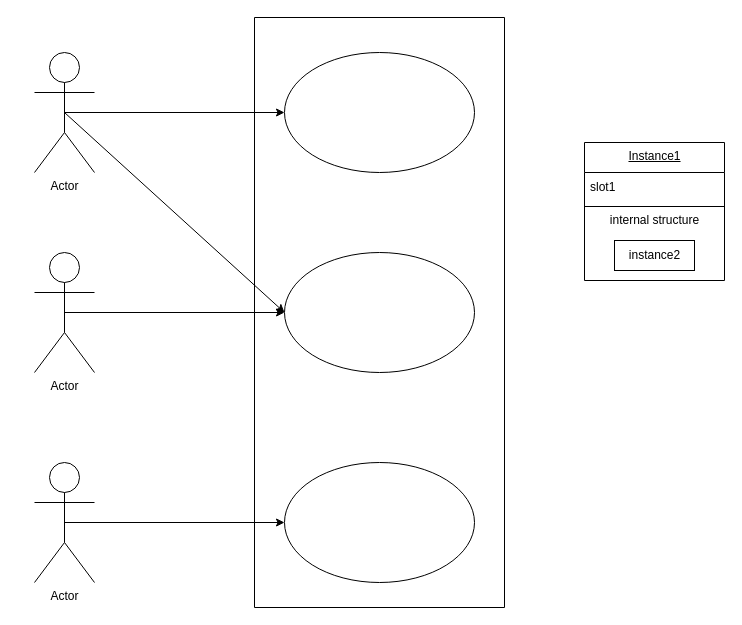
Above: lab/drawio/mysarahzal/exe1.drawio in drshahizan/software-engineering (draw.io), before the change. Source tidied: cells renumbered, new cells numbered last; positions are measured from the earlier drawing's top-left corner, leaving out a move shared by most shapes. Both pictures are drawn from the tidied source at 100%, with x=0, y=0 at pixel (34, 17).
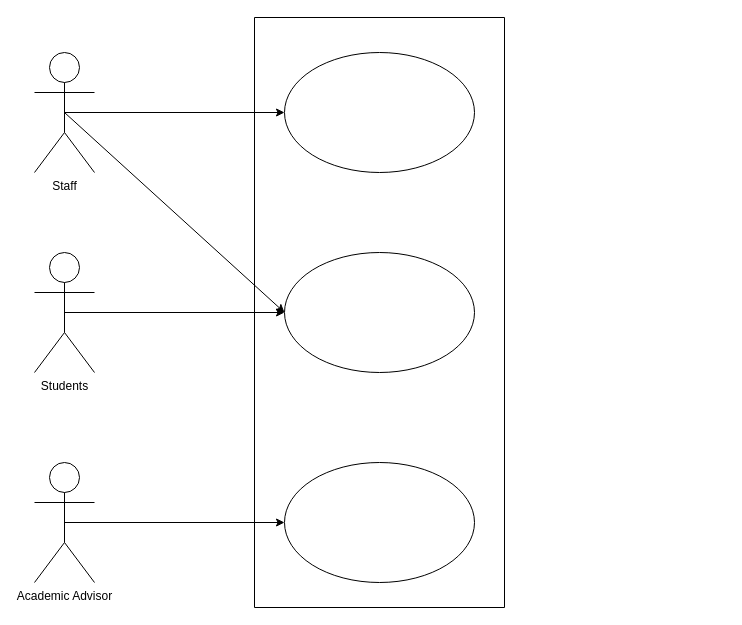
After the change.

The edit, as a diff of the source:
```diff
@@
 <mxGraphModel>
   <root>
     <mxCell id="0" />
     <mxCell id="1" parent="0" />
-    <mxCell id="2" value="Actor" style="shape=umlActor;verticalLabelPosition=bottom;verticalAlign=top;html=1;outlineConnect=0;" parent="1" vertex="1">
+    <mxCell id="2" value="Staff" style="shape=umlActor;verticalLabelPosition=bottom;verticalAlign=top;html=1;outlineConnect=0;" parent="1" vertex="1">
       <mxGeometry y="35" width="60" height="120" as="geometry" />
     </mxCell>
-    <mxCell id="3" value="Actor" style="shape=umlActor;verticalLabelPosition=bottom;verticalAlign=top;html=1;outlineConnect=0;" parent="1" vertex="1">
+    <mxCell id="3" value="Students" style="shape=umlActor;verticalLabelPosition=bottom;verticalAlign=top;html=1;outlineConnect=0;" parent="1" vertex="1">
       <mxGeometry y="235" width="60" height="120" as="geometry" />
     </mxCell>
-    <mxCell id="4" value="Actor" style="shape=umlActor;verticalLabelPosition=bottom;verticalAlign=top;html=1;outlineConnect=0;" parent="1" vertex="1">
+    <mxCell id="4" value="Academic Advisor" style="shape=umlActor;verticalLabelPosition=bottom;verticalAlign=top;html=1;outlineConnect=0;" parent="1" vertex="1">
       <mxGeometry y="445" width="60" height="120" as="geometry" />
     </mxCell>
     <mxCell id="5" style="ellipse;whiteSpace=wrap;html=1;" parent="1" vertex="1">
       <mxGeometry x="250" y="235" width="190" height="120" as="geometry" />
     </mxCell>
     <mxCell id="6" style="ellipse;whiteSpace=wrap;html=1;" parent="1" vertex="1">
       <mxGeometry x="250" y="445" width="190" height="120" as="geometry" />
     </mxCell>
     <mxCell id="7" style="ellipse;whiteSpace=wrap;html=1;" parent="1" vertex="1">
       <mxGeometry x="250" y="35" width="190" height="120" as="geometry" />
     </mxCell>
     <mxCell id="8" style="endArrow=classic;html=1;entryX=0;entryY=0.5;entryDx=0;entryDy=0;exitX=0.5;exitY=0.5;exitDx=0;exitDy=0;exitPerimeter=0;" parent="1" edge="1" source="2" target="7">
       <mxGeometry relative="1" as="geometry" />
     </mxCell>
     <mxCell id="9" style="endArrow=classic;html=1;exitX=0.5;exitY=0.5;exitDx=0;exitDy=0;exitPerimeter=0;entryX=0;entryY=0.5;entryDx=0;entryDy=0;" parent="1" edge="1" source="2" target="5">
       <mxGeometry relative="1" as="geometry" />
     </mxCell>
     <mxCell id="10" style="endArrow=classic;html=1;exitX=0.5;exitY=0.5;exitDx=0;exitDy=0;exitPerimeter=0;entryX=0;entryY=0.5;entryDx=0;entryDy=0;" parent="1" edge="1" source="3" target="5">
       <mxGeometry relative="1" as="geometry" />
     </mxCell>
     <mxCell id="11" style="endArrow=classic;html=1;exitX=0.5;exitY=0.5;exitDx=0;exitDy=0;exitPerimeter=0;entryX=0;entryY=0.5;entryDx=0;entryDy=0;" parent="1" edge="1" source="4" target="6">
       <mxGeometry relative="1" as="geometry" />
     </mxCell>
-    <mxCell id="12" value="Instance1" style="swimlane;fontStyle=4;align=center;verticalAlign=top;horizontal=1;startSize=30;html=1;" parent="1" vertex="1">
-      <mxGeometry x="550" y="125" width="140" height="138" as="geometry" />
-    </mxCell>
-    <mxCell id="13" value="slot1" style="html=1;strokeColor=none;fillColor=none;align=left;verticalAlign=middle;spacingLeft=4;spacingRight=4;" parent="12" vertex="1">
-      <mxGeometry y="30" width="140" height="30" as="geometry" />
-    </mxCell>
-    <mxCell id="14" style="line;strokeWidth=1;fillColor=none;align=left;verticalAlign=middle;spacingTop=-1;spacingLeft=3;spacingRight=3;labelPosition=right;" parent="12" vertex="1">
-      <mxGeometry y="60" width="140" height="8" as="geometry" />
-    </mxCell>
-    <mxCell id="15" value="internal structure" style="html=1;strokeColor=none;fillColor=none;align=center;verticalAlign=middle;spacingLeft=4;spacingRight=4;" parent="12" vertex="1">
-      <mxGeometry y="68" width="140" height="20" as="geometry" />
-    </mxCell>
-    <mxCell id="16" style="swimlane;fontStyle=1;align=center;verticalAlign=top;horizontal=1;startSize=0;html=1;strokeColor=none;fillColor=none;" parent="12" vertex="1">
-      <mxGeometry y="88" width="140" height="50" as="geometry" />
-    </mxCell>
-    <mxCell id="17" value="instance2" style="html=1;align=center;verticalAlign=middle;" parent="16" vertex="1">
-      <mxGeometry width="80" height="30" relative="1" as="geometry">
-        <mxPoint x="30" y="10" as="offset" />
-      </mxGeometry>
-    </mxCell>
     <mxCell id="18" style="swimlane;startSize=0;" parent="1" vertex="1">
       <mxGeometry x="220" width="250" height="590" as="geometry" />
     </mxCell>
   </root>
 </mxGraphModel>
```
